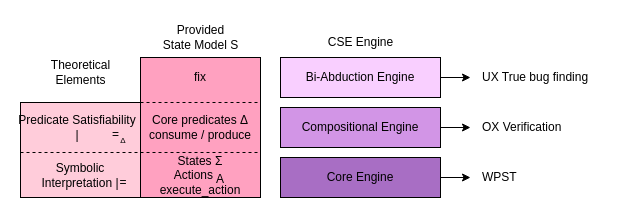
N1ark/msc-report keeps this draw.io diagram as diagrams/engine-layers.drawio. Above is the earlier version. Source tidied: cells renumbered, new cells numbered last; positions are measured from the earlier drawing's top-left corner, leaving out a move shared by most shapes. Both pictures are drawn from the tidied source at 100%, with x=0, y=0 at pixel (17, 17).
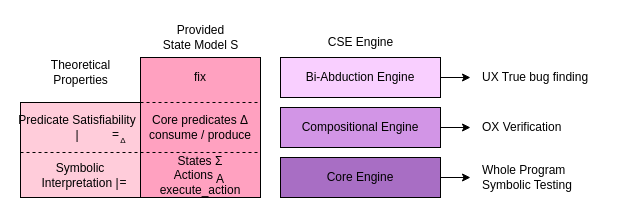
The same page after the edit.

Change to the diagram source:
```diff
@@
-    <mxCell id="8" value="WPST" style="text;html=1;align=left;verticalAlign=middle;strokeColor=none;fillColor=none;fontFamily=CMU Serif;" parent="1" vertex="1">
-      <mxGeometry x="463" y="145" width="60" height="30" as="geometry" />
+    <mxCell id="8" value="Whole Program &lt;br&gt;Symbolic Testing" style="text;html=1;align=left;verticalAlign=middle;strokeColor=none;fillColor=none;fontFamily=CMU Serif;" parent="1" vertex="1">
+      <mxGeometry x="463" y="140" width="110" height="40" as="geometry" />
     </mxCell>
@@
-    <mxCell id="23" value="Theoretical &lt;br&gt;Elements" style="text;html=1;align=center;verticalAlign=middle;strokeColor=none;fillColor=none;fontFamily=CMU Serif;" parent="1" vertex="1">
+    <mxCell id="23" value="Theoretical &lt;br&gt;Properties" style="text;html=1;align=center;verticalAlign=middle;strokeColor=none;fillColor=none;fontFamily=CMU Serif;" parent="1" vertex="1">
       <mxGeometry x="23" y="35" width="80" height="40" as="geometry" />
     </mxCell>
```
